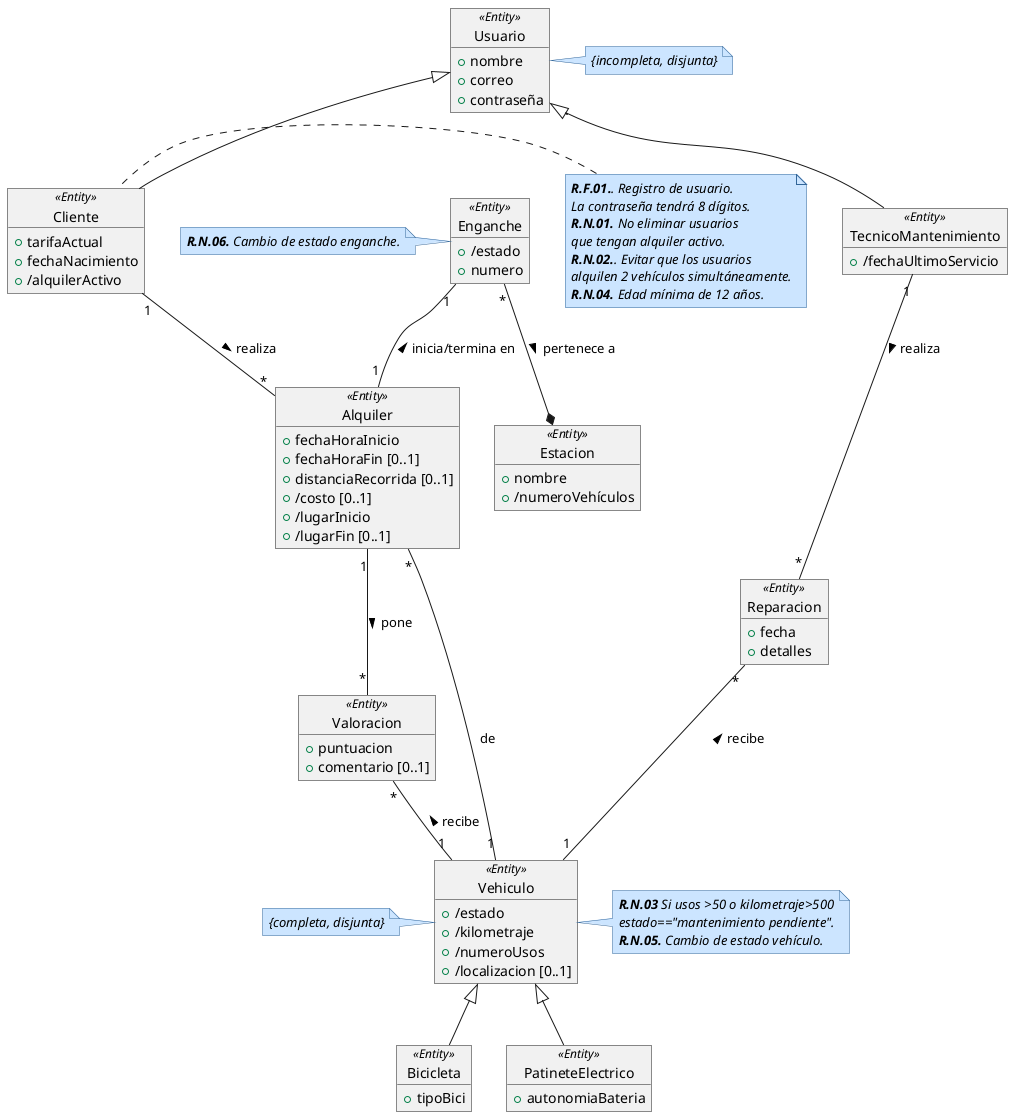
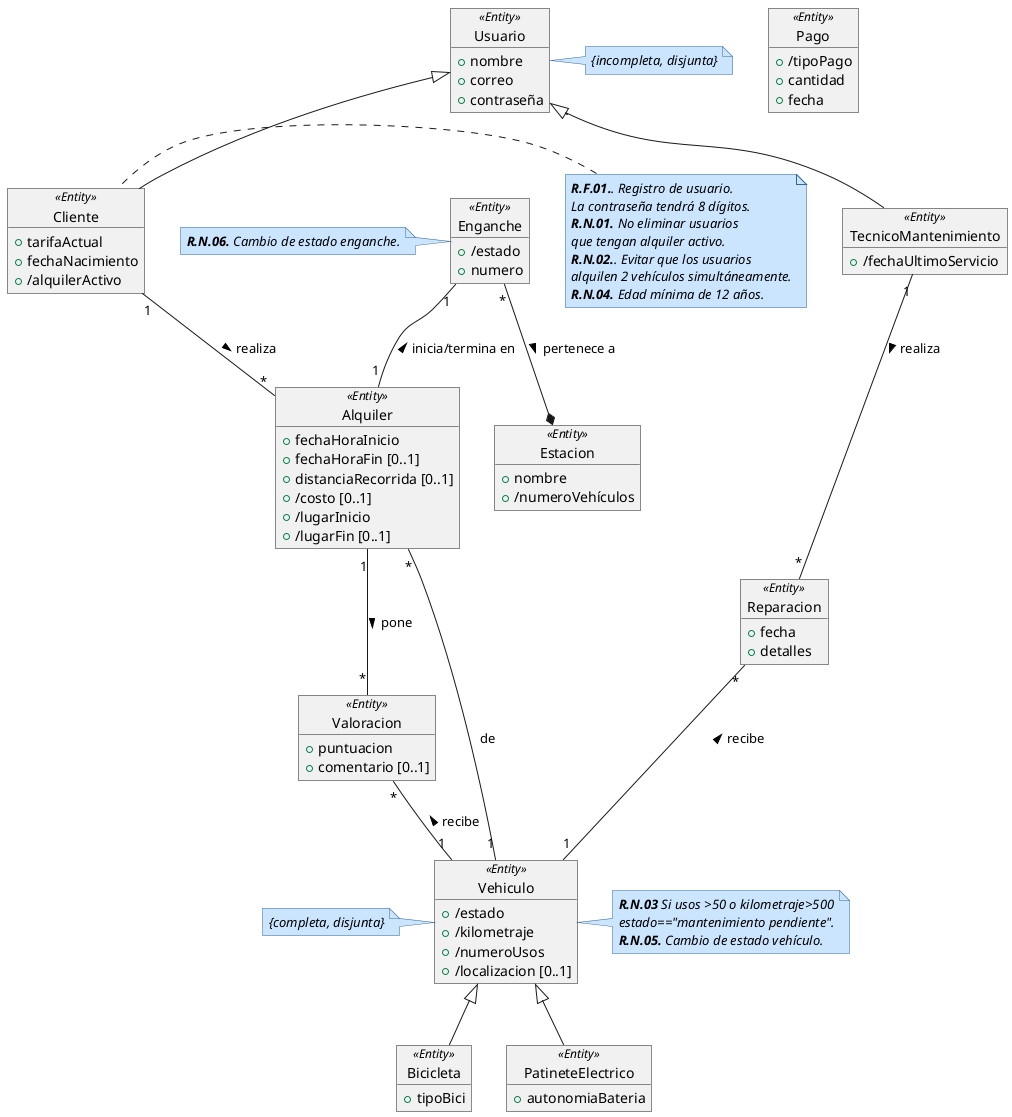
@startuml DiagramaClases

skinparam note {
  BackgroundColor #cce5ff
  BorderColor #336699
  FontStyle italic
}

object Usuario<<Entity>> {
    +nombre
    +correo
    +contraseña
}
note right: {incompleta, disjunta}


object Cliente<<Entity>> {
    +tarifaActual
    +fechaNacimiento
    +/alquilerActivo
}
note left
'''
 **R.F.01.**. Registro de usuario.
 La contraseña tendrá 8 dígitos.
 **R.N.01.** No eliminar usuarios
 que tengan alquiler activo.
 **R.N.02.**. Evitar que los usuarios
 alquilen 2 vehículos simultáneamente.
 **R.N.04.** Edad mínima de 12 años.
'''
end note
+ 
+ object Pago<<Entity>> {
+     +/tipoPago
+     +cantidad
+     +fecha
+ }
+ 'Tipo pago puede ser o mensual o individual


object TecnicoMantenimiento<<Entity>> {
    +/fechaUltimoServicio
}

object Reparacion<<Entity>> {
    +fecha
    +detalles
}

object Valoracion<<Entity>> {
    +puntuacion
    +comentario [0..1]
}

/'
La distancia recorrida la cuenta el vehículo con un
medidor incorporado y solo se registra cuando termina el recorrido.
Por eso mismo no es derivada de lugar inicio o fin, porque si no si acabas
en el mismo sitio la distancia recorrida sería 0.
'/
object Alquiler<<Entity>> {
    +fechaHoraInicio
    +fechaHoraFin [0..1]
    +distanciaRecorrida [0..1]
    +/costo [0..1]
    +/lugarInicio
    +/lugarFin [0..1]
}

/'
La localización del vehículo se muestra cuando se guarda el vehículo.
No se guarda localización por GPS.
'/
object Vehiculo<<Entity>> {
    +/estado
    +/kilometraje
    +/numeroUsos
    +/localizacion [0..1]
}
note right
'''
 **R.N.03** Si usos >50 o kilometraje>500
 estado=="mantenimiento pendiente".
 **R.N.05.** Cambio de estado vehículo.
'''
end note
note left of Vehiculo: {completa, disjunta}

object Estacion<<Entity>> {
    +nombre
    +/numeroVehículos
}

object Enganche<<Entity>> {
    +/estado
    +numero
}
note left
'''
 **R.N.06.** Cambio de estado enganche.
'''
end note

object Bicicleta<<Entity>> {
    +tipoBici
}

object PatineteElectrico<<Entity>> {
    +autonomiaBateria
}

Usuario <|-- Cliente
Usuario <|-- TecnicoMantenimiento

Enganche "*"--* Estacion : pertenece a >

'Relación directa valoraciones'
Alquiler "1"--"*" Valoracion : pone >
Valoracion "*"--"1" Vehiculo : recibe <

TecnicoMantenimiento "1"--"*" Reparacion : realiza >
Reparacion "*"--"1" Vehiculo : recibe <

Enganche "1" --"1" Alquiler: inicia/termina en <


'Relacion de Alquileres'
Cliente "1"--"*"  Alquiler: realiza >

Alquiler "*"--"1" Vehiculo: de

Vehiculo <|-- Bicicleta
Vehiculo <|-- PatineteElectrico


@enduml